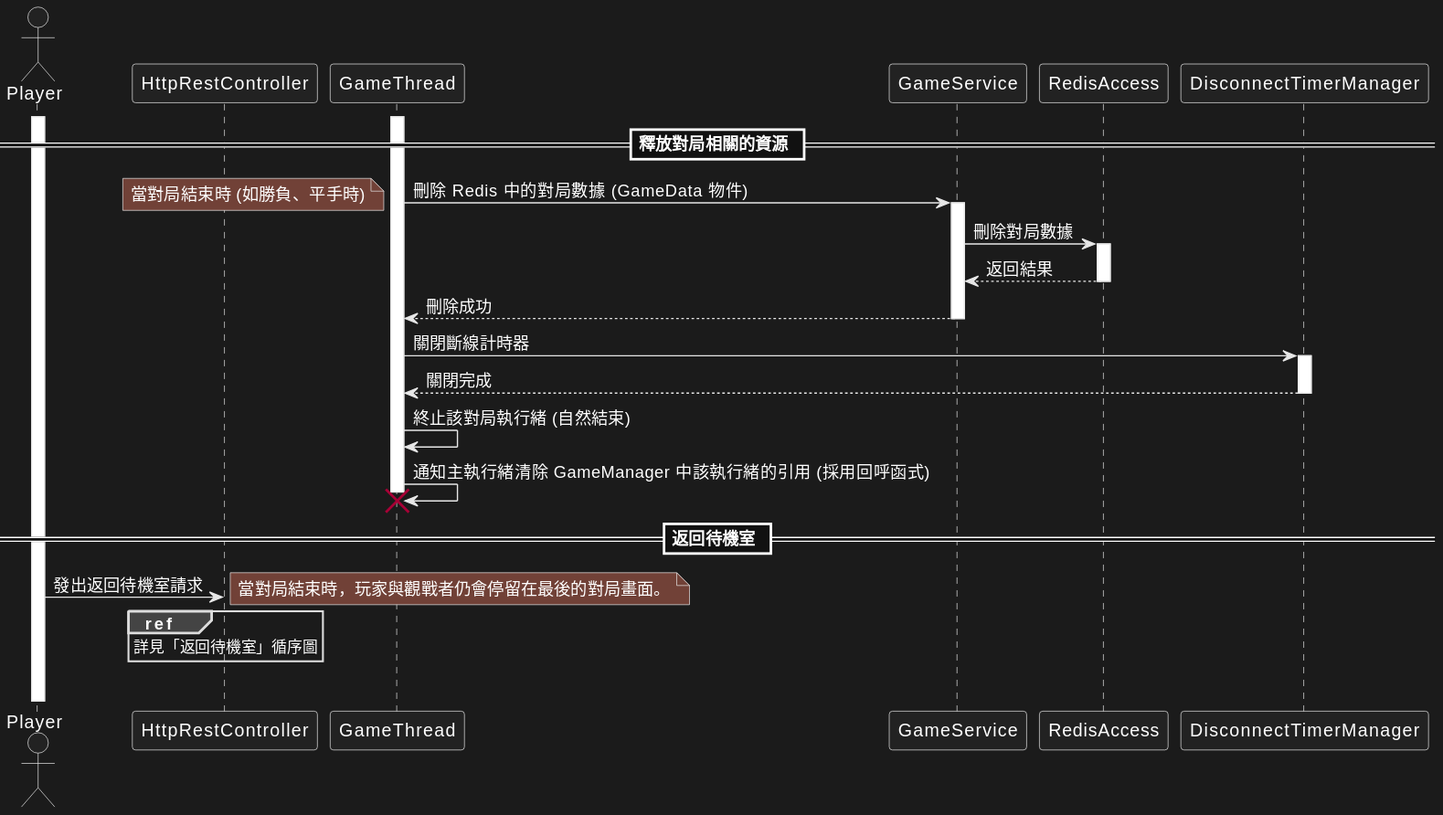
LYH-94/reversi_online keeps this PlantUML diagram as docs/images/SequenceDiagram(4).svg. Above is the earlier version.
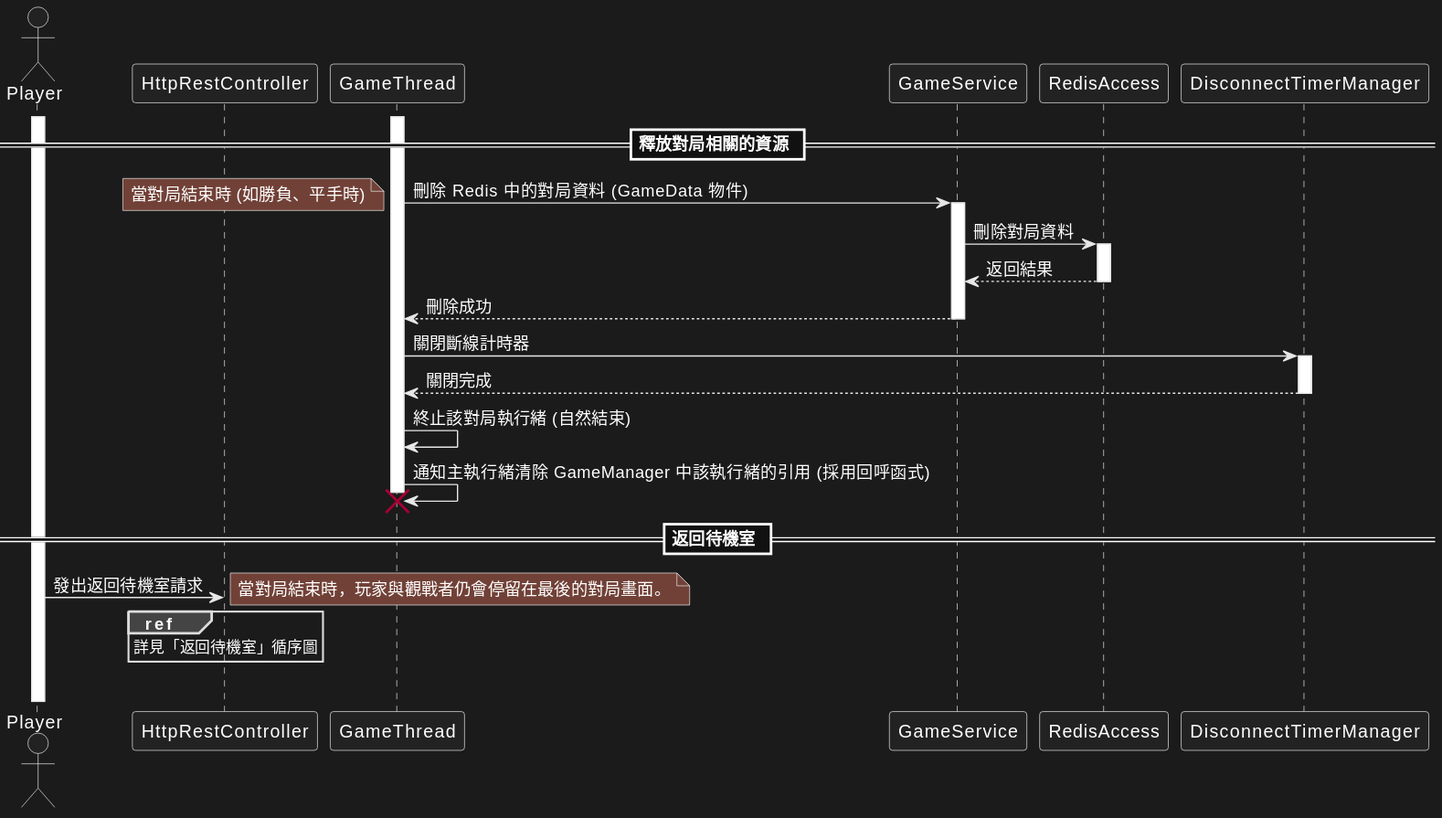
The same diagram one commit later.

What changed in the source:
```diff
@@ -10,9 +10,9 @@
 == 釋放對局相關的資源 ==
 Player ++
 GameThread ++
-GameThread -> GameService ++ : 刪除 Redis 中的對局數據 (GameData 物件)
+GameThread -> GameService ++ : 刪除 Redis 中的對局資料 (GameData 物件)
 note left : 當對局結束時 (如勝負、平手時)
-GameService -> RedisAccess ++ : 刪除對局數據
+GameService -> RedisAccess ++ : 刪除對局資料
 GameService <-- RedisAccess -- : 返回結果
 GameThread <-- GameService -- : 刪除成功
 GameThread -> DisconnectTimerManager ++ : 關閉斷線計時器
```
